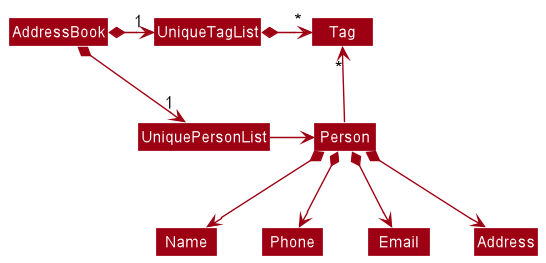
Above: docs/images/BetterModelClassDiagram.png in nus-cs2103-AY2223S1/tp (PlantUML), before the change.
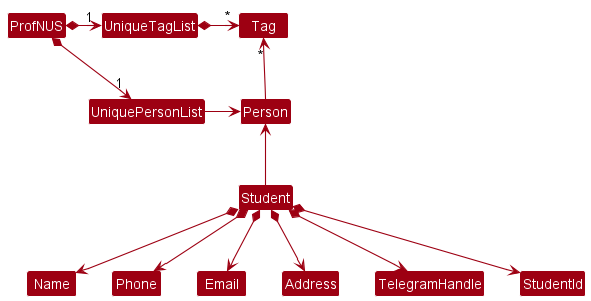
After the commit.

Commit message:
Update Model Diagrams

Change to the diagram source:
```diff
@@ -4,8 +4,8 @@
 skinparam arrowColor MODEL_COLOR
 skinparam classBackgroundColor MODEL_COLOR
 
-AddressBook *-right-> "1" UniquePersonList
-AddressBook *-right-> "1" UniqueTagList
+ProfNUS *-right-> "1" UniquePersonList
+ProfNUS *-right-> "1" UniqueTagList
 UniqueTagList -[hidden]down- UniquePersonList
 UniqueTagList -[hidden]down- UniquePersonList
 
@@ -14,8 +14,12 @@
 
 Person -up-> "*" Tag
 
-Person *--> Name
-Person *--> Phone
-Person *--> Email
-Person *--> Address
+Student -up-> Person
+
+Student *--> Name
+Student *--> Phone
+Student *--> Email
+Student *--> Address
+Student *--> TelegramHandle
+Student *--> StudentId
 @enduml
```
